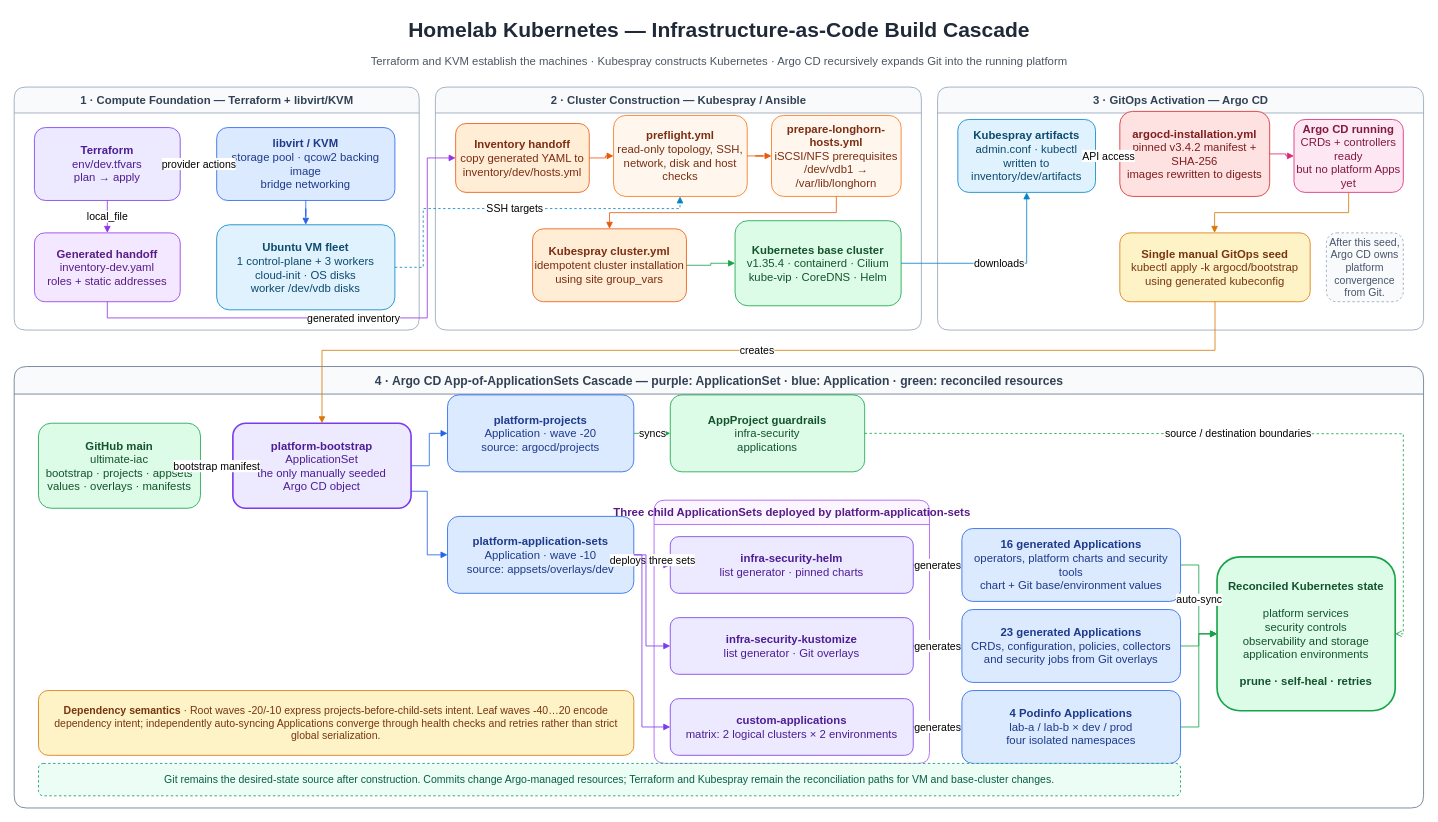
Above: visual/homelab-iac-build-cascade.drawio in EmrhT/ultimate-iac (draw.io), before the change. Source tidied: cells renumbered, new cells numbered last; positions are measured from the earlier drawing's top-left corner, leaving out a move shared by most shapes. Both pictures are drawn from the tidied source at 81%, with x=0, y=0 at pixel (14, 14).
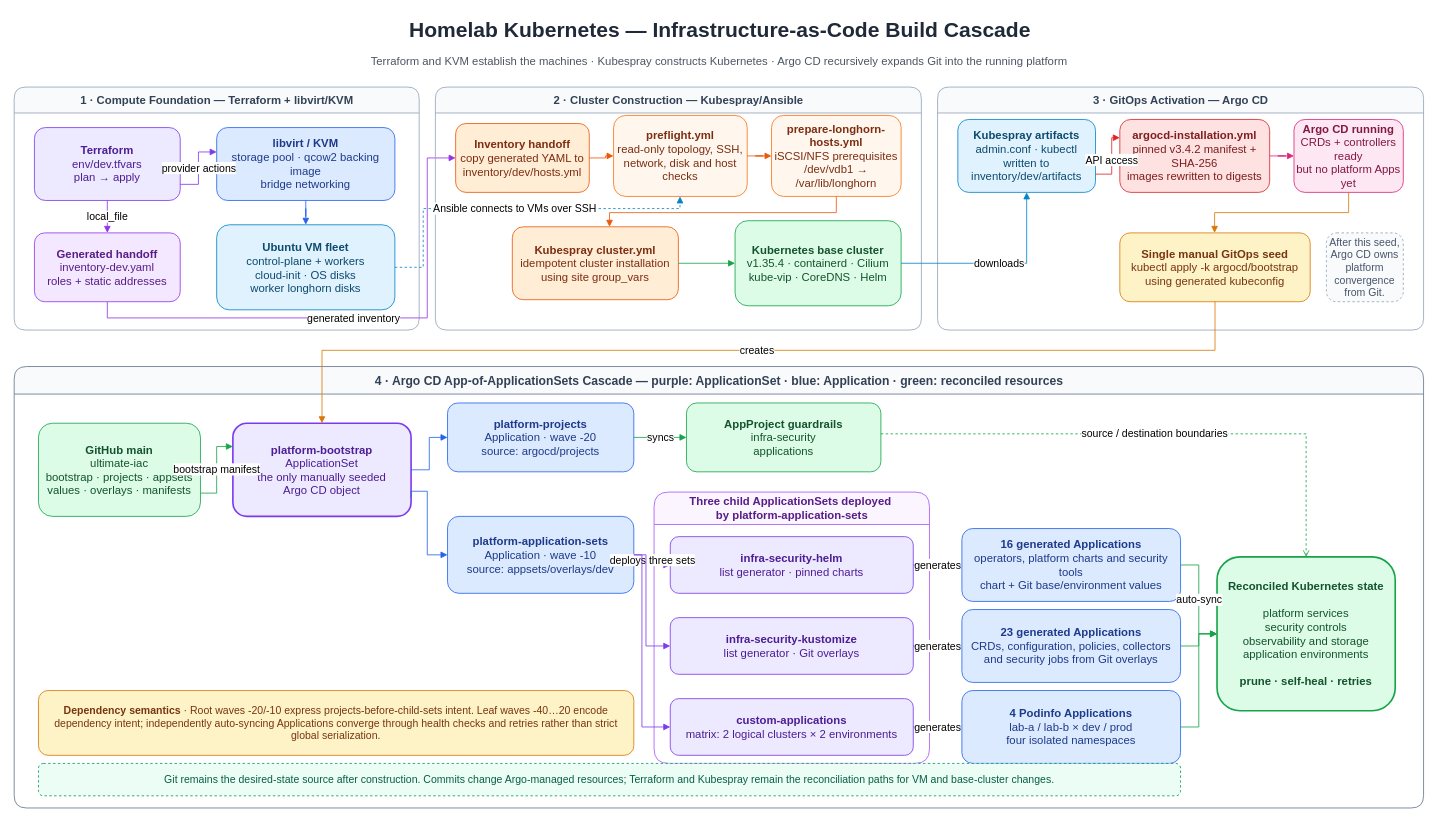
The same page after the edit.

Unchanged cells that the change refers to:
```xml
<mxCell id="4" value="1 · Compute Foundation — Terraform + libvirt/KVM" style="swimlane;html=1;rounded=1;startSize=32;fillColor=#F8FAFC;strokeColor=#94A3B8;fontStyle=1;fontColor=#334155;fontSize=14;" parent="1" vertex="1">
  <mxGeometry y="90" width="500" height="300" as="geometry" />
</mxCell>
<mxCell id="7" value="4 · Argo CD App-of-ApplicationSets Cascade — purple: ApplicationSet · blue: Application · green: reconciled resources" style="swimlane;html=1;rounded=1;startSize=34;fillColor=#F8FAFC;strokeColor=#64748B;fontStyle=1;fontColor=#334155;fontSize=15;" parent="1" vertex="1">
  <mxGeometry y="435" width="1740" height="545" as="geometry" />
</mxCell>
<mxCell id="8" value="&lt;b&gt;Terraform&lt;/b&gt;&lt;br&gt;env/dev.tfvars&lt;br&gt;plan → apply" style="rounded=1;whiteSpace=wrap;html=1;fillColor=#EDE9FE;strokeColor=#7C3AED;fontColor=#4C1D95;fontSize=14;" parent="1" vertex="1">
  <mxGeometry x="25" y="140" width="180" height="90" as="geometry" />
</mxCell>
<mxCell id="9" value="&lt;b&gt;libvirt / KVM&lt;/b&gt;&lt;br&gt;storage pool · qcow2 backing image&lt;br&gt;bridge networking" style="rounded=1;whiteSpace=wrap;html=1;fillColor=#DBEAFE;strokeColor=#2563EB;fontColor=#1E3A8A;fontSize=14;" parent="1" vertex="1">
  <mxGeometry x="250" y="140" width="220" height="90" as="geometry" />
</mxCell>
<mxCell id="10" value="&lt;b&gt;Generated handoff&lt;/b&gt;&lt;br&gt;inventory-dev.yaml&lt;br&gt;roles + static addresses" style="rounded=1;whiteSpace=wrap;html=1;fillColor=#F3E8FF;strokeColor=#9333EA;fontColor=#581C87;fontSize=14;" parent="1" vertex="1">
  <mxGeometry x="25" y="270" width="180" height="85" as="geometry" />
</mxCell>
<mxCell id="12" value="&lt;b&gt;Inventory handoff&lt;/b&gt;&lt;br&gt;copy generated YAML to&lt;br&gt;inventory/dev/hosts.yml" style="rounded=1;whiteSpace=wrap;html=1;fillColor=#FFEDD5;strokeColor=#EA580C;fontColor=#7C2D12;fontSize=14;" parent="1" vertex="1">
  <mxGeometry x="545" y="135" width="165" height="85" as="geometry" />
</mxCell>
<mxCell id="13" value="&lt;b&gt;preflight.yml&lt;/b&gt;&lt;br&gt;read-only topology, SSH,&lt;br&gt;network, disk and host checks" style="rounded=1;whiteSpace=wrap;html=1;fillColor=#FFF7ED;strokeColor=#F97316;fontColor=#7C2D12;fontSize=14;" parent="1" vertex="1">
  <mxGeometry x="740" y="125" width="165" height="100" as="geometry" />
</mxCell>
<mxCell id="17" value="&lt;b&gt;Kubespray artifacts&lt;/b&gt;&lt;br&gt;admin.conf · kubectl&lt;br&gt;written to inventory/dev/artifacts" style="rounded=1;whiteSpace=wrap;html=1;fillColor=#E0F2FE;strokeColor=#0284C7;fontColor=#0C4A6E;fontSize=14;" parent="1" vertex="1">
  <mxGeometry x="1165" y="130" width="170" height="90" as="geometry" />
</mxCell>
<mxCell id="34" value="&lt;b&gt;Reconciled Kubernetes state&lt;/b&gt;&lt;br&gt;&lt;br&gt;platform services&lt;br&gt;security controls&lt;br&gt;observability and storage&lt;br&gt;application environments&lt;br&gt;&lt;br&gt;&lt;b&gt;prune · self-heal · retries&lt;/b&gt;" style="rounded=1;whiteSpace=wrap;html=1;fillColor=#DCFCE7;strokeColor=#16A34A;fontColor=#14532D;fontSize=14;strokeWidth=2;" parent="1" vertex="1">
  <mxGeometry x="1485" y="670" width="220" height="190" as="geometry" />
</mxCell>
```

The edit, as a diff of the source:
```diff
@@
     <mxCell id="2" value="Homelab Kubernetes — Infrastructure-as-Code Build Cascade" style="text;html=1;align=center;verticalAlign=middle;fontSize=26;fontStyle=1;fontColor=#1F2937;" parent="1" vertex="1">
-      <mxGeometry x="320" width="1100" height="40" as="geometry" />
+      <mxGeometry x="428" width="885" height="40" as="geometry" />
     </mxCell>
@@
+    <mxCell id="40" value="generated inventory" style="edgeStyle=orthogonalEdgeStyle;rounded=0;jettySize=auto;html=1;strokeColor=#9333EA;endArrow=block;endFill=1;fontSize=13;exitX=0.5;exitY=1;exitDx=0;exitDy=0;entryX=0;entryY=0.5;entryDx=0;entryDy=0;" parent="4" edge="1" source="10" target="12">
+      <mxGeometry relative="1" as="geometry">
+        <Array as="points">
+          <mxPoint x="115" y="285" />
+          <mxPoint x="510" y="285" />
+          <mxPoint x="510" y="88" />
+        </Array>
+      </mxGeometry>
+    </mxCell>
-    <mxCell id="5" value="2 · Cluster Construction — Kubespray / Ansible" style="swimlane;html=1;rounded=1;startSize=32;fillColor=#F8FAFC;strokeColor=#94A3B8;fontStyle=1;fontColor=#334155;fontSize=14;" parent="1" vertex="1">
+    <mxCell id="5" value="2 · Cluster Construction — Kubespray/Ansible" style="swimlane;html=1;rounded=1;startSize=32;fillColor=#F8FAFC;strokeColor=#94A3B8;fontStyle=1;fontColor=#334155;fontSize=14;" parent="1" vertex="1">
       <mxGeometry x="520" y="90" width="600" height="300" as="geometry" />
     </mxCell>
+    <mxCell id="15" value="&lt;b&gt;Kubespray cluster.yml&lt;/b&gt;&lt;br&gt;idempotent cluster installation&lt;br&gt;using site group_vars" style="rounded=1;whiteSpace=wrap;html=1;fillColor=#FFEDD5;strokeColor=#EA580C;fontColor=#7C2D12;fontSize=14;" parent="5" vertex="1">
+      <mxGeometry x="95" y="172.5" width="205" height="90" as="geometry" />
+    </mxCell>
@@
+    <mxCell id="26" value="&lt;b&gt;AppProject guardrails&lt;/b&gt;&lt;br&gt;infra-security&lt;br&gt;applications" style="rounded=1;whiteSpace=wrap;html=1;fillColor=#DCFCE7;strokeColor=#16A34A;fontColor=#14532D;fontSize=14;" parent="7" vertex="1">
+      <mxGeometry x="830" y="45" width="240" height="85" as="geometry" />
+    </mxCell>
@@
-    <mxCell id="11" value="&lt;b&gt;Ubuntu VM fleet&lt;/b&gt;&lt;br&gt;1 control-plane + 3 workers&lt;br&gt;cloud-init · OS disks&lt;br&gt;worker /dev/vdb disks" style="rounded=1;whiteSpace=wrap;html=1;fillColor=#E0F2FE;strokeColor=#0284C7;fontColor=#0C4A6E;fontSize=14;" parent="1" vertex="1">
+    <mxCell id="11" value="&lt;b&gt;Ubuntu VM fleet&lt;/b&gt;&lt;br&gt;control-plane + workers&lt;br&gt;cloud-init · OS disks&lt;br&gt;worker longhorn disks" style="rounded=1;whiteSpace=wrap;html=1;fillColor=#E0F2FE;strokeColor=#0284C7;fontColor=#0C4A6E;fontSize=14;" parent="1" vertex="1">
       <mxGeometry x="250" y="260" width="220" height="105" as="geometry" />
     </mxCell>
@@
-    <mxCell id="15" value="&lt;b&gt;Kubespray cluster.yml&lt;/b&gt;&lt;br&gt;idempotent cluster installation&lt;br&gt;using site group_vars" style="rounded=1;whiteSpace=wrap;html=1;fillColor=#FFEDD5;strokeColor=#EA580C;fontColor=#7C2D12;fontSize=14;" parent="1" vertex="1">
-      <mxGeometry x="640" y="265" width="190" height="90" as="geometry" />
-    </mxCell>
@@
     <mxCell id="18" value="&lt;b&gt;argocd-installation.yml&lt;/b&gt;&lt;br&gt;pinned v3.4.2 manifest + SHA-256&lt;br&gt;images rewritten to digests" style="rounded=1;whiteSpace=wrap;html=1;fillColor=#FEE2E2;strokeColor=#DC2626;fontColor=#7F1D1D;fontSize=14;" parent="1" vertex="1">
-      <mxGeometry x="1365" y="120" width="185" height="105" as="geometry" />
+      <mxGeometry x="1365" y="130" width="185" height="90" as="geometry" />
     </mxCell>
@@
     <mxCell id="22" value="&lt;b&gt;GitHub main&lt;/b&gt;&lt;br&gt;ultimate-iac&lt;br&gt;&lt;font&gt;bootstrap · projects · appsets&lt;br&gt;values · overlays · manifests&lt;/font&gt;" style="rounded=1;whiteSpace=wrap;html=1;fillColor=#DCFCE7;strokeColor=#16A34A;fontColor=#14532D;fontSize=14;" parent="1" vertex="1">
-      <mxGeometry x="30" y="505" width="200" height="105" as="geometry" />
+      <mxGeometry x="30" y="505" width="200" height="115" as="geometry" />
     </mxCell>
     <mxCell id="23" value="&lt;b&gt;platform-bootstrap&lt;/b&gt;&lt;br&gt;ApplicationSet&lt;br&gt;&lt;font&gt;the only manually seeded&lt;br&gt;Argo CD object&lt;/font&gt;" style="rounded=1;whiteSpace=wrap;html=1;fillColor=#EDE9FE;strokeColor=#7C3AED;fontColor=#4C1D95;fontSize=14;strokeWidth=2;" parent="1" vertex="1">
-      <mxGeometry x="270" y="505" width="220" height="105" as="geometry" />
+      <mxGeometry x="270" y="505" width="220" height="115" as="geometry" />
     </mxCell>
     <mxCell id="24" value="&lt;b&gt;platform-projects&lt;/b&gt;&lt;br&gt;Application · wave -20&lt;br&gt;source: argocd/projects" style="rounded=1;whiteSpace=wrap;html=1;fillColor=#DBEAFE;strokeColor=#2563EB;fontColor=#1E3A8A;fontSize=14;" parent="1" vertex="1">
-      <mxGeometry x="535" y="470" width="230" height="95" as="geometry" />
+      <mxGeometry x="535" y="480" width="230" height="85" as="geometry" />
     </mxCell>
@@
-    <mxCell id="26" value="&lt;b&gt;AppProject guardrails&lt;/b&gt;&lt;br&gt;infra-security&lt;br&gt;applications" style="rounded=1;whiteSpace=wrap;html=1;fillColor=#DCFCE7;strokeColor=#16A34A;fontColor=#14532D;fontSize=14;" parent="1" vertex="1">
-      <mxGeometry x="810" y="470" width="240" height="95" as="geometry" />
-    </mxCell>
-    <mxCell id="27" value="Three child ApplicationSets deployed by platform-application-sets" style="swimlane;html=1;rounded=1;startSize=30;fillColor=#FAF5FF;strokeColor=#A855F7;fontStyle=1;fontColor=#581C87;fontSize=14;" parent="1" vertex="1">
-      <mxGeometry x="790" y="600" width="340" height="325" as="geometry" />
+    <mxCell id="27" value="&lt;div&gt;Three child ApplicationSets deployed&amp;nbsp;&lt;/div&gt;&lt;div&gt;by platform-application-sets&lt;/div&gt;" style="swimlane;html=1;rounded=1;startSize=40;fillColor=#FAF5FF;strokeColor=#A855F7;fontStyle=1;fontColor=#581C87;fontSize=14;" parent="1" vertex="1">
+      <mxGeometry x="790" y="590" width="340" height="335" as="geometry" />
     </mxCell>
@@
     <mxCell id="37" value="provider actions" style="edgeStyle=orthogonalEdgeStyle;rounded=0;jettySize=auto;html=1;strokeColor=#7C3AED;endArrow=block;endFill=1;fontSize=13;" parent="1" edge="1" source="8" target="9">
-      <mxGeometry relative="1" as="geometry" />
+      <mxGeometry relative="1" as="geometry">
+        <Array as="points">
+          <mxPoint x="227.5" y="210.1" />
+          <mxPoint x="227.5" y="170.1" />
+        </Array>
+      </mxGeometry>
     </mxCell>
@@
-    <mxCell id="40" value="generated inventory" style="edgeStyle=orthogonalEdgeStyle;rounded=0;jettySize=auto;html=1;strokeColor=#9333EA;endArrow=block;endFill=1;fontSize=13;exitX=0.5;exitY=1;exitDx=0;exitDy=0;entryX=0;entryY=0.5;entryDx=0;entryDy=0;" parent="1" edge="1" source="10" target="12">
-      <mxGeometry relative="1" as="geometry">
-        <Array as="points">
-          <mxPoint x="115" y="375" />
-          <mxPoint x="510" y="375" />
-          <mxPoint x="510" y="178" />
-        </Array>
-      </mxGeometry>
-    </mxCell>
@@
-    <mxCell id="42" value="SSH targets" style="edgeStyle=orthogonalEdgeStyle;rounded=0;jettySize=auto;html=1;strokeColor=#0284C7;endArrow=block;endFill=1;fontSize=13;dashed=1;" parent="1" edge="1" source="11" target="13">
+    <mxCell id="42" value="Ansible connects to VMs over SSH" style="edgeStyle=orthogonalEdgeStyle;rounded=0;jettySize=auto;html=1;strokeColor=#0284C7;endArrow=block;endFill=1;fontSize=13;dashed=1;" parent="1" edge="1" source="11" target="13">
       <mxGeometry relative="1" as="geometry">
         <Array as="points">
           <mxPoint x="505" y="312" />
           <mxPoint x="505" y="240" />
           <mxPoint x="822" y="240" />
         </Array>
       </mxGeometry>
     </mxCell>
@@
-    <mxCell id="47" value="API access" style="edgeStyle=orthogonalEdgeStyle;rounded=0;jettySize=auto;html=1;strokeColor=#DC2626;endArrow=block;endFill=1;fontSize=13;" parent="1" edge="1" source="17" target="18">
+    <mxCell id="47" value="API access" style="edgeStyle=orthogonalEdgeStyle;rounded=0;jettySize=auto;html=1;strokeColor=#DC2626;endArrow=block;endFill=1;fontSize=13;exitX=1;exitY=0.75;exitDx=0;exitDy=0;entryX=0;entryY=0.25;entryDx=0;entryDy=0;" parent="1" edge="1" source="17" target="18">
       <mxGeometry relative="1" as="geometry" />
     </mxCell>
@@
-    <mxCell id="51" value="bootstrap manifest" style="edgeStyle=orthogonalEdgeStyle;rounded=0;jettySize=auto;html=1;strokeColor=#16A34A;endArrow=block;endFill=1;fontSize=13;" parent="1" edge="1" source="22" target="23">
+    <mxCell id="51" value="bootstrap manifest" style="edgeStyle=orthogonalEdgeStyle;rounded=0;jettySize=auto;html=1;strokeColor=#16A34A;endArrow=block;endFill=1;fontSize=13;entryX=0;entryY=0.25;entryDx=0;entryDy=0;exitX=1;exitY=0.75;exitDx=0;exitDy=0;" parent="1" edge="1" source="22" target="23">
       <mxGeometry relative="1" as="geometry" />
     </mxCell>
@@
     <mxCell id="64" value="source / destination boundaries" style="edgeStyle=orthogonalEdgeStyle;rounded=0;jettySize=auto;html=1;strokeColor=#16A34A;endArrow=open;endFill=0;fontSize=13;dashed=1;" parent="1" edge="1" source="26" target="34">
       <mxGeometry relative="1" as="geometry">
         <Array as="points">
-          <mxPoint x="1070" y="518" />
-          <mxPoint x="1715" y="518" />
-          <mxPoint x="1715" y="640" />
+          <mxPoint x="1595" y="518.1" />
         </Array>
       </mxGeometry>
     </mxCell>
```
